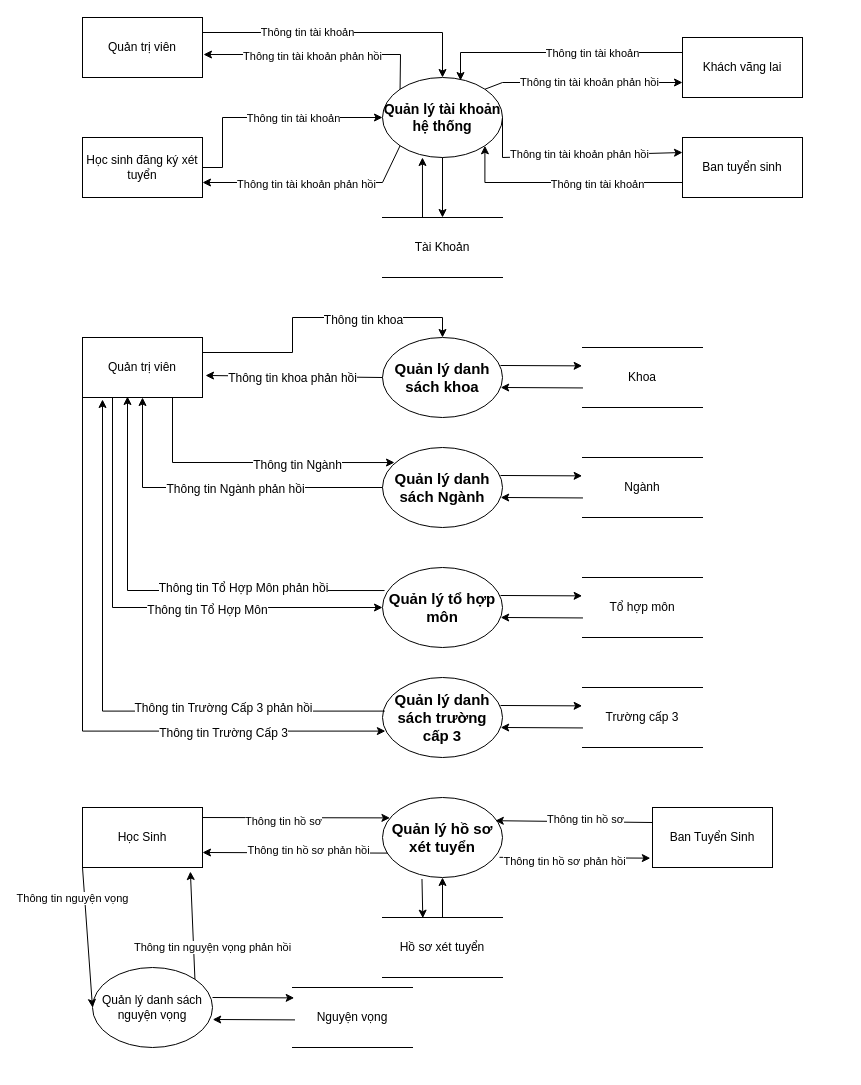
The draw.io diagram page "Biểu đồ luồng dữ liệu mức đỉnh 0" (4 of 5) of 1. Bao Cao/DATN.drawio in truongquangkhai99/TrinhVanTu_DATN, before the edit. Source tidied: cells renumbered, new cells numbered last; positions are measured from the earlier drawing's top-left corner, leaving out a move shared by most shapes. Both pictures are drawn from the tidied source at 100%, with x=0, y=0 at pixel (82, 17).
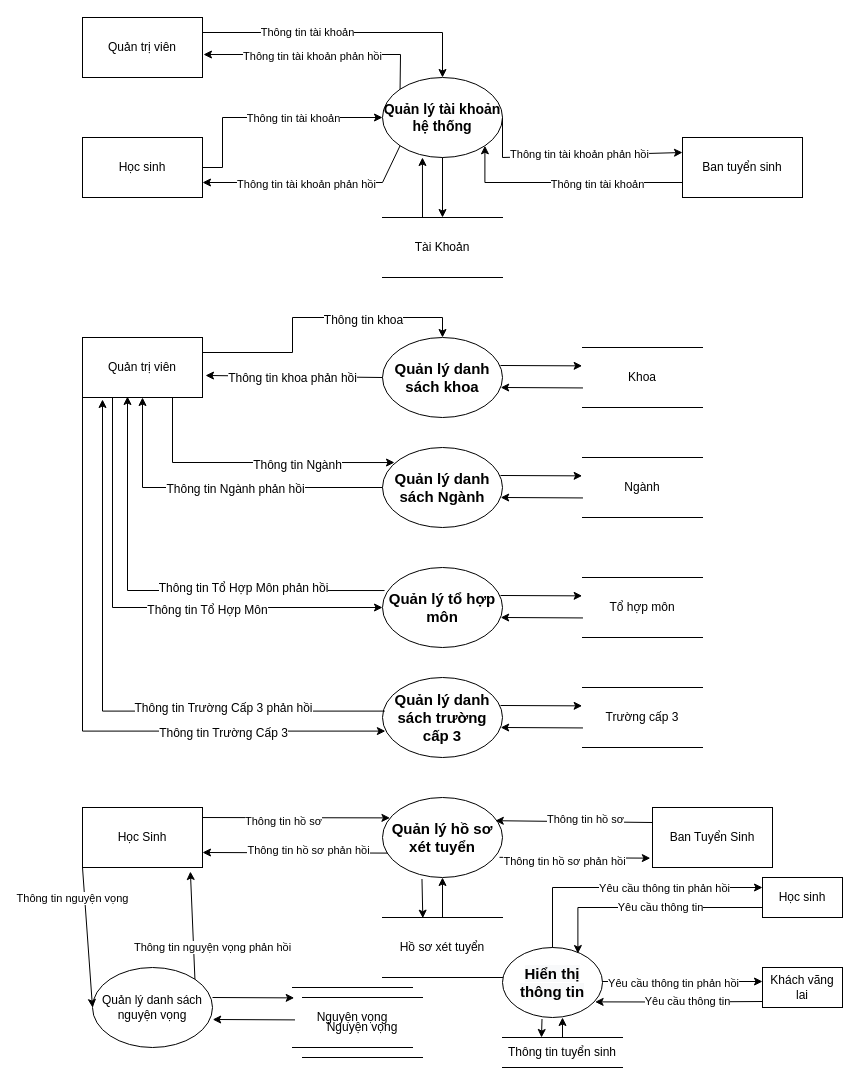
After the change.

The change refers to these unchanged cells:
```xml
<mxCell id="2" value="&lt;b&gt;&lt;font style=&quot;font-size: 14px&quot;&gt;Quản lý tài khoản hệ thống&lt;/font&gt;&lt;/b&gt;" style="ellipse;whiteSpace=wrap;html=1;" parent="1" vertex="1">
  <mxGeometry x="300" y="60" width="120" height="80" as="geometry" />
</mxCell>
```

The edit, as a diff of the source:
```diff
@@
-    <mxCell id="3" value="Khách vãng lai" style="rounded=0;whiteSpace=wrap;html=1;" parent="1" vertex="1">
-      <mxGeometry x="600" y="20" width="120" height="60" as="geometry" />
-    </mxCell>
@@
-    <mxCell id="5" value="Học sinh đăng ký xét tuyển" style="rounded=0;whiteSpace=wrap;html=1;" parent="1" vertex="1">
+    <mxCell id="5" value="Học sinh" style="rounded=0;whiteSpace=wrap;html=1;" parent="1" vertex="1">
       <mxGeometry y="120" width="120" height="60" as="geometry" />
     </mxCell>
@@
-    <mxCell id="12" style="edgeStyle=orthogonalEdgeStyle;rounded=0;jettySize=auto;html=1;exitX=0;exitY=0.25;exitDx=0;exitDy=0;entryX=0.65;entryY=0.038;entryDx=0;entryDy=0;entryPerimeter=0;" parent="1" edge="1" source="3" target="2">
-      <mxGeometry relative="1" as="geometry">
-        <Array as="points">
-          <mxPoint x="378" y="35" />
-        </Array>
-      </mxGeometry>
-    </mxCell>
-    <mxCell id="13" value="Thông tin tài khoản" style="edgeLabel;html=1;align=center;verticalAlign=middle;" parent="12" vertex="1">
-      <mxGeometry x="-0.27" y="1" relative="1" as="geometry" />
-    </mxCell>
@@
-    <mxCell id="26" style="endArrow=classic;html=1;rounded=0;fontSize=14;entryX=0;entryY=0.75;entryDx=0;entryDy=0;exitX=1;exitY=0;exitDx=0;exitDy=0;" parent="1" edge="1" source="2" target="3">
-      <mxGeometry relative="1" as="geometry">
-        <Array as="points">
-          <mxPoint x="420" y="65" />
-        </Array>
-      </mxGeometry>
-    </mxCell>
-    <mxCell id="27" value="&lt;font style=&quot;font-size: 12px&quot;&gt;&lt;span style=&quot;font-size: 11px&quot;&gt;Thông tin tài khoản phản hồi&lt;/span&gt;&lt;br style=&quot;font-size: 12px&quot;&gt;&lt;/font&gt;" style="edgeLabel;html=1;align=center;verticalAlign=middle;fontSize=12;" parent="26" vertex="1">
-      <mxGeometry x="0.06" y="1" relative="1" as="geometry" />
-    </mxCell>
@@
+    <mxCell id="81" value="Nguyện vọng" style="shape=partialRectangle;whiteSpace=wrap;html=1;left=0;right=0;fillColor=none;" parent="1" vertex="1">
+      <mxGeometry x="220" y="980" width="120" height="60" as="geometry" />
+    </mxCell>
+    <mxCell id="3" value="Khách vãng lai" style="rounded=0;whiteSpace=wrap;html=1;" parent="1" vertex="1">
+      <mxGeometry x="680" y="950" width="80" height="40" as="geometry" />
+    </mxCell>
+    <mxCell id="82" value="Học sinh" style="rounded=0;whiteSpace=wrap;html=1;" parent="1" vertex="1">
+      <mxGeometry x="680" y="860" width="80" height="40" as="geometry" />
+    </mxCell>
+    <mxCell id="83" value="&#10;&#10;&lt;span style=&quot;color: rgb(0, 0, 0); font-family: helvetica; font-size: 15px; font-style: normal; font-weight: 700; letter-spacing: normal; text-align: center; text-indent: 0px; text-transform: none; word-spacing: 0px; background-color: rgb(248, 249, 250); display: inline; float: none;&quot;&gt;Hiển thị thông tin&lt;/span&gt;&#10;&#10;" style="ellipse;whiteSpace=wrap;html=1;fontSize=15;" parent="1" vertex="1">
+      <mxGeometry x="420" y="930" width="100" height="70" as="geometry" />
+    </mxCell>
+    <mxCell id="84" style="endArrow=classic;html=1;rounded=0;fontSize=15;edgeStyle=orthogonalEdgeStyle;exitX=0.5;exitY=0;exitDx=0;exitDy=0;" parent="1" edge="1" source="83">
+      <mxGeometry relative="1" as="geometry">
+        <mxPoint x="680" y="870" as="targetPoint" />
+        <Array as="points">
+          <mxPoint x="470" y="870" />
+          <mxPoint x="680" y="870" />
+        </Array>
+      </mxGeometry>
+    </mxCell>
+    <mxCell id="85" value="Yêu cầu thông tin phản hồi" style="edgeLabel;html=1;align=center;verticalAlign=middle;fontSize=11;" parent="84" vertex="1">
+      <mxGeometry x="0.27" relative="1" as="geometry" />
+    </mxCell>
+    <mxCell id="86" style="endArrow=classic;html=1;rounded=0;fontSize=15;edgeStyle=orthogonalEdgeStyle;exitX=0;exitY=0.75;exitDx=0;exitDy=0;entryX=0.754;entryY=0.086;entryDx=0;entryDy=0;entryPerimeter=0;" parent="1" edge="1" source="82" target="83">
+      <mxGeometry relative="1" as="geometry" />
+    </mxCell>
+    <mxCell id="87" value="Yêu cầu thông tin" style="edgeLabel;html=1;align=center;verticalAlign=middle;fontSize=11;" parent="86" vertex="1">
+      <mxGeometry x="-0.11" y="-1" relative="1" as="geometry" />
+    </mxCell>
+    <mxCell id="88" style="endArrow=classic;html=1;rounded=0;fontSize=15;edgeStyle=orthogonalEdgeStyle;" parent="1" edge="1">
+      <mxGeometry relative="1" as="geometry">
+        <mxPoint x="520" y="964" as="sourcePoint" />
+        <mxPoint x="680" y="964" as="targetPoint" />
+        <Array as="points">
+          <mxPoint x="520" y="964" />
+        </Array>
+      </mxGeometry>
+    </mxCell>
+    <mxCell id="89" value="Yêu cầu thông tin phản hồi" style="edgeLabel;html=1;align=center;verticalAlign=middle;fontSize=11;" parent="88" vertex="1">
+      <mxGeometry x="0.27" relative="1" as="geometry">
+        <mxPoint x="-32" y="1" as="offset" />
+      </mxGeometry>
+    </mxCell>
+    <mxCell id="90" style="endArrow=classic;html=1;rounded=0;fontSize=15;edgeStyle=orthogonalEdgeStyle;exitX=0;exitY=0.75;exitDx=0;exitDy=0;entryX=0.926;entryY=0.777;entryDx=0;entryDy=0;entryPerimeter=0;" parent="1" edge="1" target="83">
+      <mxGeometry relative="1" as="geometry">
+        <mxPoint x="680" y="984" as="sourcePoint" />
+      </mxGeometry>
+    </mxCell>
+    <mxCell id="91" value="Yêu cầu thông tin" style="edgeLabel;html=1;align=center;verticalAlign=middle;fontSize=11;" parent="90" vertex="1">
+      <mxGeometry x="-0.11" y="-1" relative="1" as="geometry" />
+    </mxCell>
+    <mxCell id="92" value="Thông tin tuyển sinh" style="shape=partialRectangle;whiteSpace=wrap;html=1;left=0;right=0;fillColor=none;" parent="1" vertex="1">
+      <mxGeometry x="420" y="1020" width="120" height="30" as="geometry" />
+    </mxCell>
+    <mxCell id="93" style="endArrow=classic;html=1;rounded=0;entryX=0.5;entryY=1;entryDx=0;entryDy=0;" parent="1" edge="1">
+      <mxGeometry relative="1" as="geometry">
+        <mxPoint x="480" y="1020" as="sourcePoint" />
+        <mxPoint x="480" y="1000" as="targetPoint" />
+      </mxGeometry>
+    </mxCell>
+    <mxCell id="94" style="endArrow=classic;html=1;rounded=0;exitX=0.329;exitY=1.019;exitDx=0;exitDy=0;exitPerimeter=0;" parent="1" edge="1">
+      <mxGeometry relative="1" as="geometry">
+        <mxPoint x="459.5" y="1001.5" as="sourcePoint" />
+        <mxPoint x="459" y="1020" as="targetPoint" />
+      </mxGeometry>
+    </mxCell>
```
